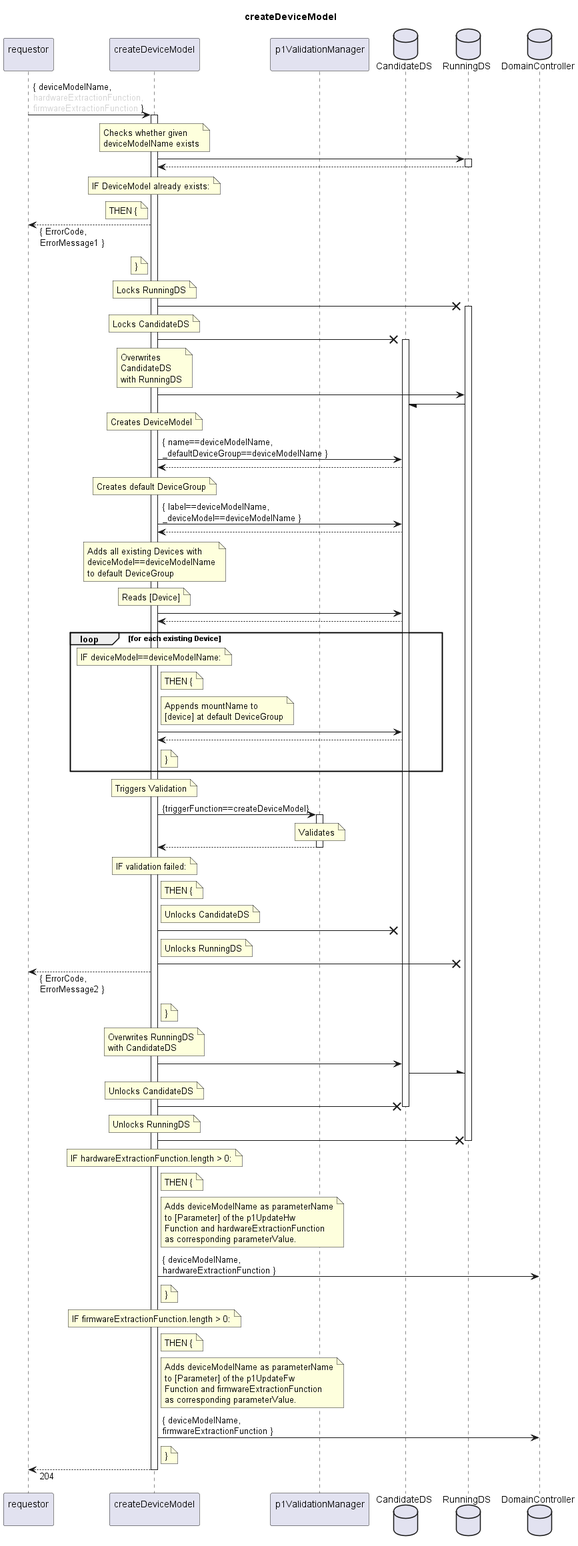
openBackhaul/FirmWareManager keeps this PlantUML diagram as spec/Services/createDeviceModel/1.0.0/createDeviceModel.png. Above is the earlier version.
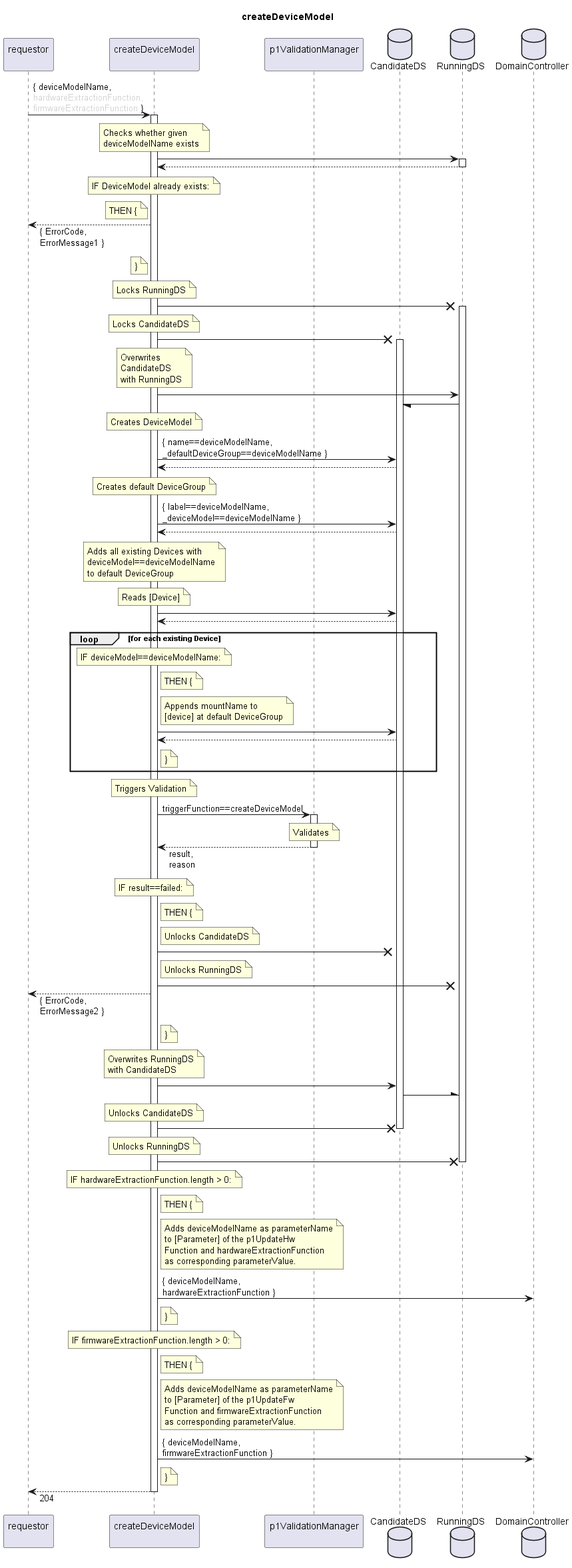
After the change.

Change to the diagram source:
```diff
@@ -96,15 +96,15 @@
   note over indServ
     Triggers Validation
   end note
-  indServ -> valiMan: {triggerFunction==createDeviceModel}
+  indServ -> valiMan: triggerFunction==createDeviceModel
   activate valiMan
     note over valiMan
       Validates
     end note
-  indServ <-- valiMan
+  indServ <-- valiMan: result,\nreason
   deactivate valiMan
   note over indServ
-    IF validation failed:
+    IF result==failed:
   end note
   note right indServ
     THEN {
```
